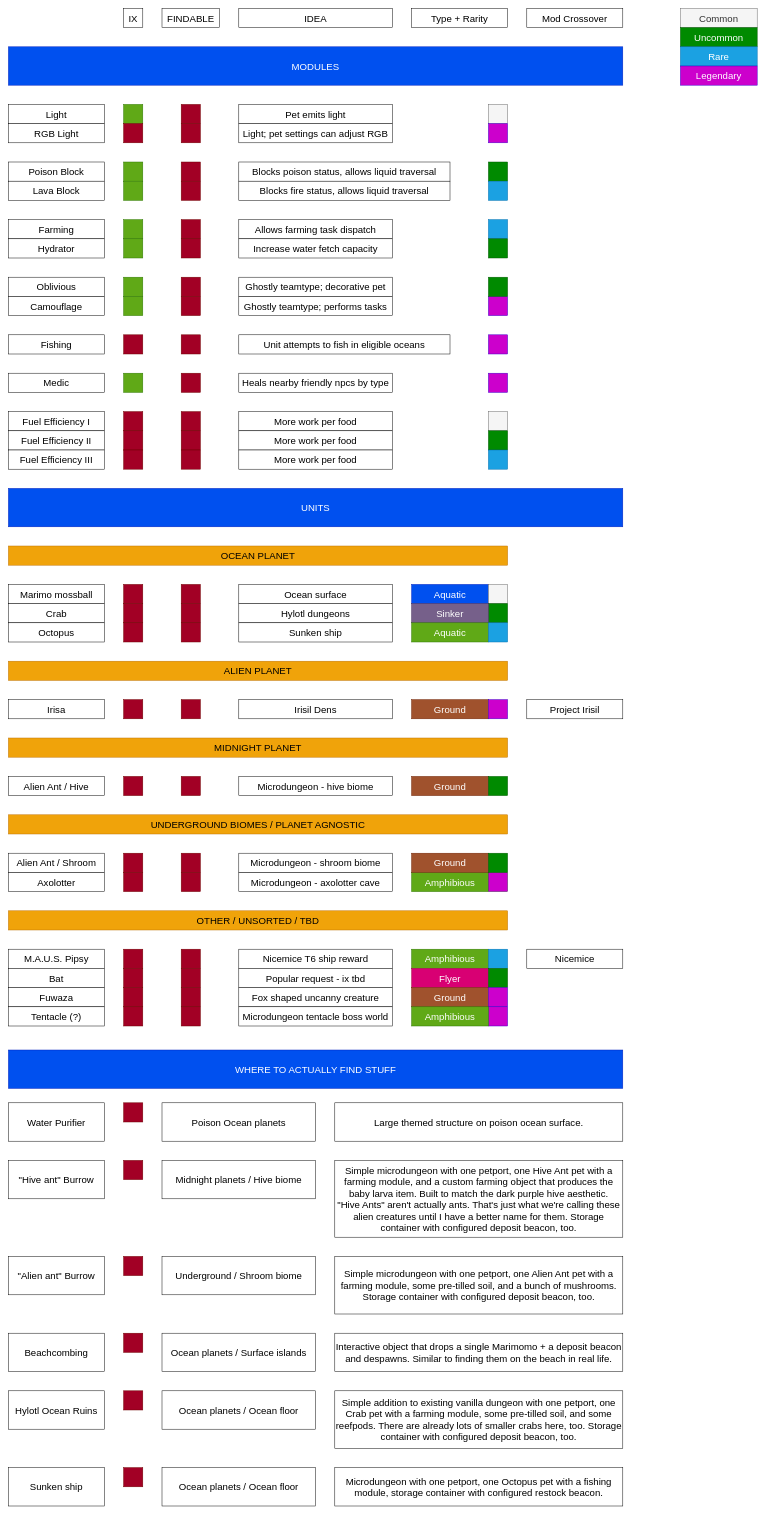
The draw.io diagram workbench/plan.drawio in LoftyLoftyLoftyLoftyLofty/sb_petports, before the edit. Source tidied: cells renumbered, new cells numbered last; positions are measured from the earlier drawing's top-left corner, leaving out a move shared by most shapes. Both pictures are drawn from the tidied source at 48%, with x=0, y=0 at pixel (8, 8).
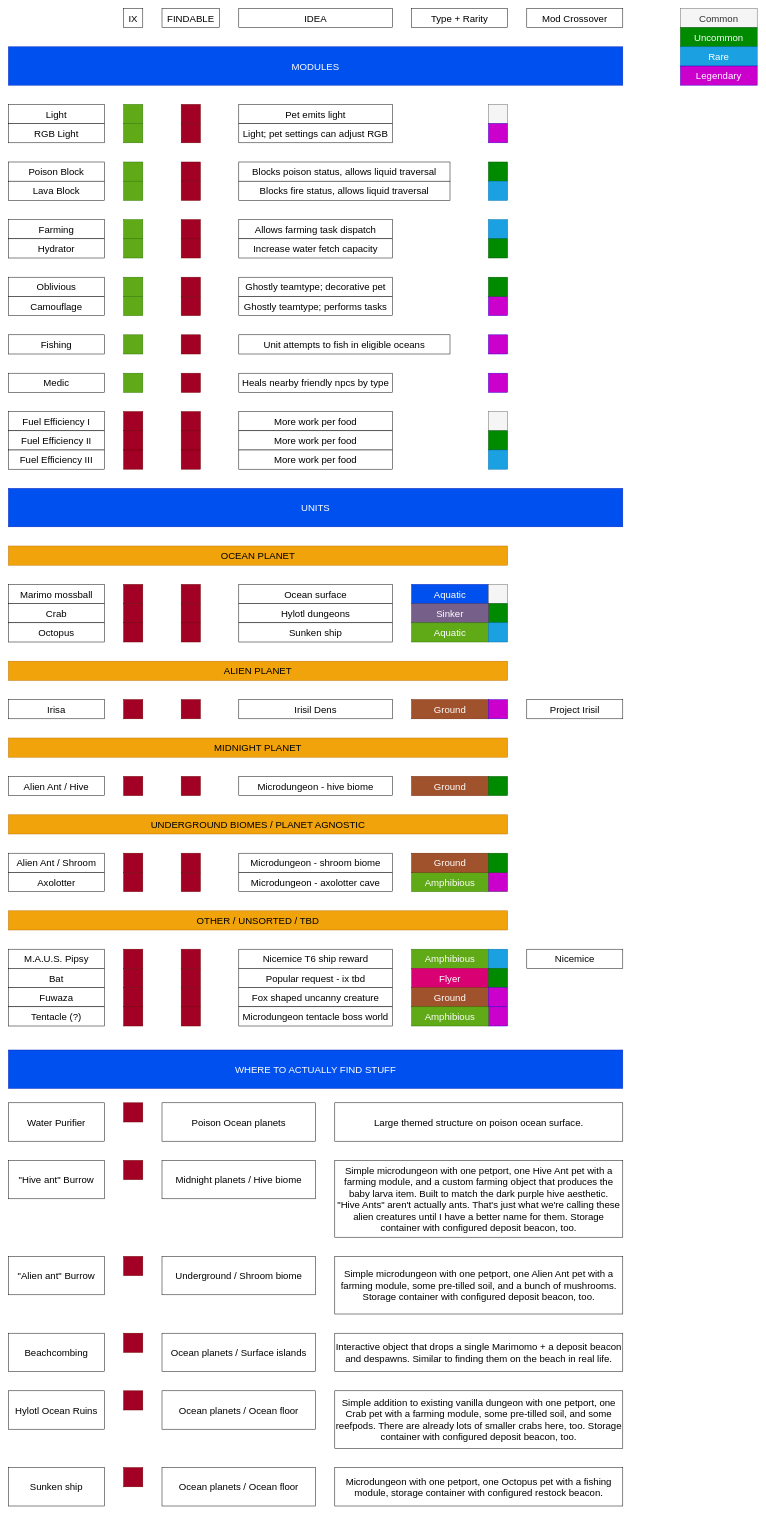
The same page after the edit.

Diff of the diagram source:
```diff
@@
-    <mxCell id="18" style="rounded=0;whiteSpace=wrap;html=1;fontSize=20;fillColor=#a20025;fontColor=#ffffff;strokeColor=#6F0000;" parent="1" vertex="1">
+    <mxCell id="18" style="rounded=0;whiteSpace=wrap;html=1;fontSize=20;fillColor=#60a917;fontColor=#ffffff;strokeColor=#2D7600;" parent="1" vertex="1">
       <mxGeometry x="240" y="680" width="40" height="40" as="geometry" />
     </mxCell>
@@
-    <mxCell id="143" style="rounded=0;whiteSpace=wrap;html=1;fontSize=20;fillColor=#a20025;fontColor=#ffffff;strokeColor=#6F0000;" parent="1" vertex="1">
+    <mxCell id="143" style="rounded=0;whiteSpace=wrap;html=1;fontSize=20;fillColor=#60a917;fontColor=#ffffff;strokeColor=#2D7600;" parent="1" vertex="1">
       <mxGeometry x="240" y="240" width="40" height="40" as="geometry" />
     </mxCell>
```
